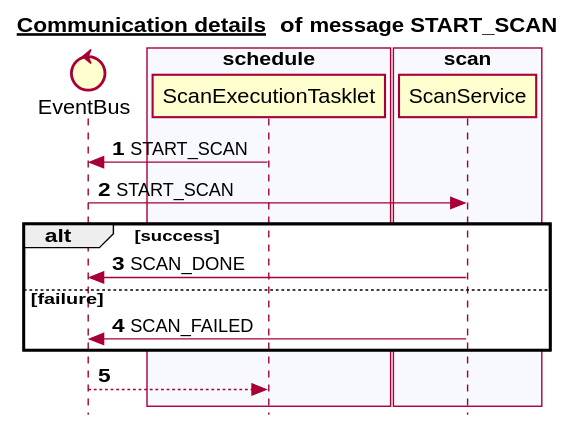
Above: docs/latest/images/gen_domain_messaging_start_scan.svg in mercedes-benz/sechub (PlantUML), before the change.
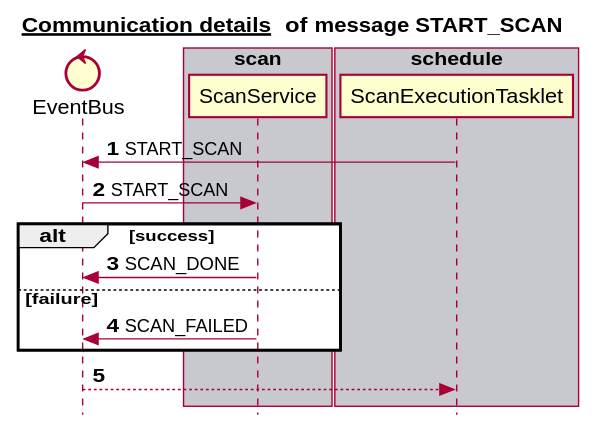
Later version of the same file.

Change to the diagram source:
```diff
@@ -6,17 +6,17 @@
 
 
 control EventBus
+box "scan" #C8C8CF
+   participant ScanService
+end box
+box "authorization" #F8F8FF
+end box
 box "administration" #C8C8CF
 end box
-box "schedule" #F8F8FF
+box "notification" #F8F8FF
+end box
+box "schedule" #C8C8CF
    participant ScanExecutionTasklet
-end box
-box "authorization" #C8C8CF
-end box
-box "scan" #F8F8FF
-   participant ScanService
-end box
-box "notification" #C8C8CF
 end box
 autonumber 1
 ScanExecutionTasklet -> EventBus:START_SCAN
```
